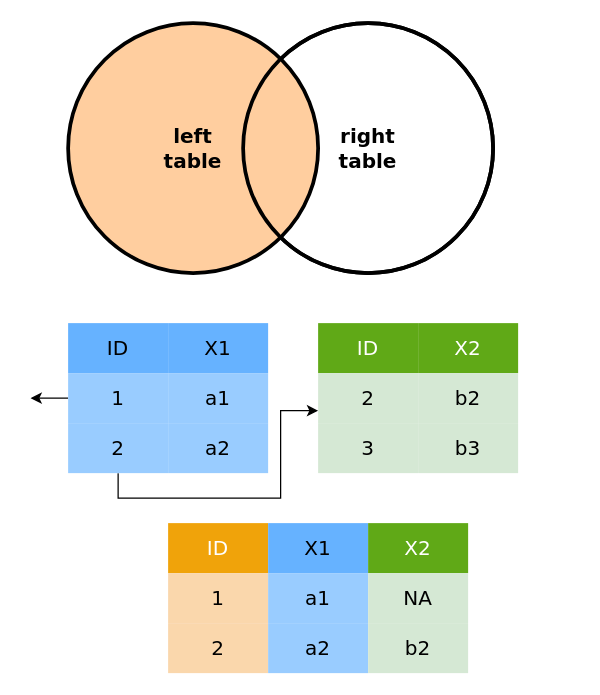
Earlier version of the draw.io diagram assets/media/joins/leftjoins.drawio (djourd1/trainR2022). Source tidied: cells renumbered, new cells numbered last; positions are measured from the earlier drawing's top-left corner, leaving out a move shared by most shapes. Both pictures are drawn from the tidied source at 125%, with x=0, y=0 at pixel (30, 22).
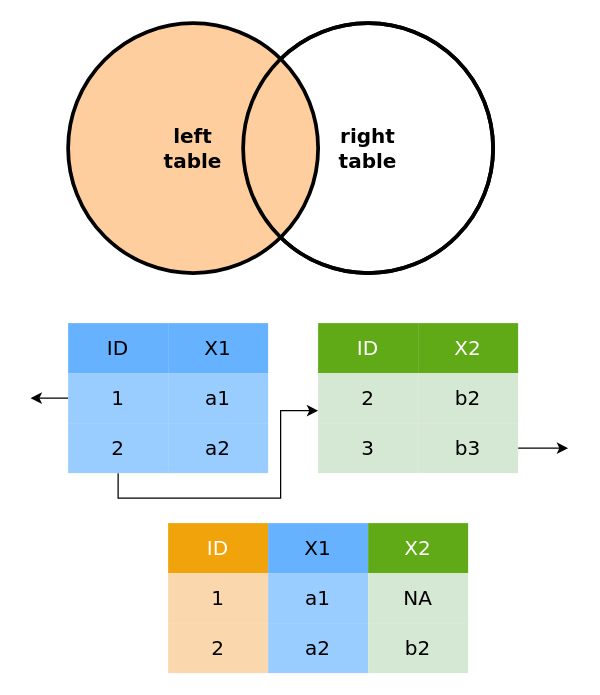
The same diagram, later.

The change refers to these unchanged cells:
```xml
<mxCell id="18" value="&lt;font face=&quot;Verdana&quot; style=&quot;font-size: 16px&quot;&gt;b3&lt;/font&gt;" style="rounded=0;whiteSpace=wrap;html=1;shadow=0;strokeWidth=3;fillColor=#d5e8d4;strokeColor=none;" parent="1" vertex="1">
  <mxGeometry x="310" y="320" width="80" height="40" as="geometry" />
</mxCell>
```

Diff of the diagram source:
```diff
@@
+    <mxCell id="28" style="edgeStyle=orthogonalEdgeStyle;rounded=0;jettySize=auto;html=1;exitX=1;exitY=0.5;exitDx=0;exitDy=0;" parent="1" edge="1" source="18">
+      <mxGeometry relative="1" as="geometry">
+        <mxPoint x="430" y="340" as="targetPoint" />
+      </mxGeometry>
+    </mxCell>
```
